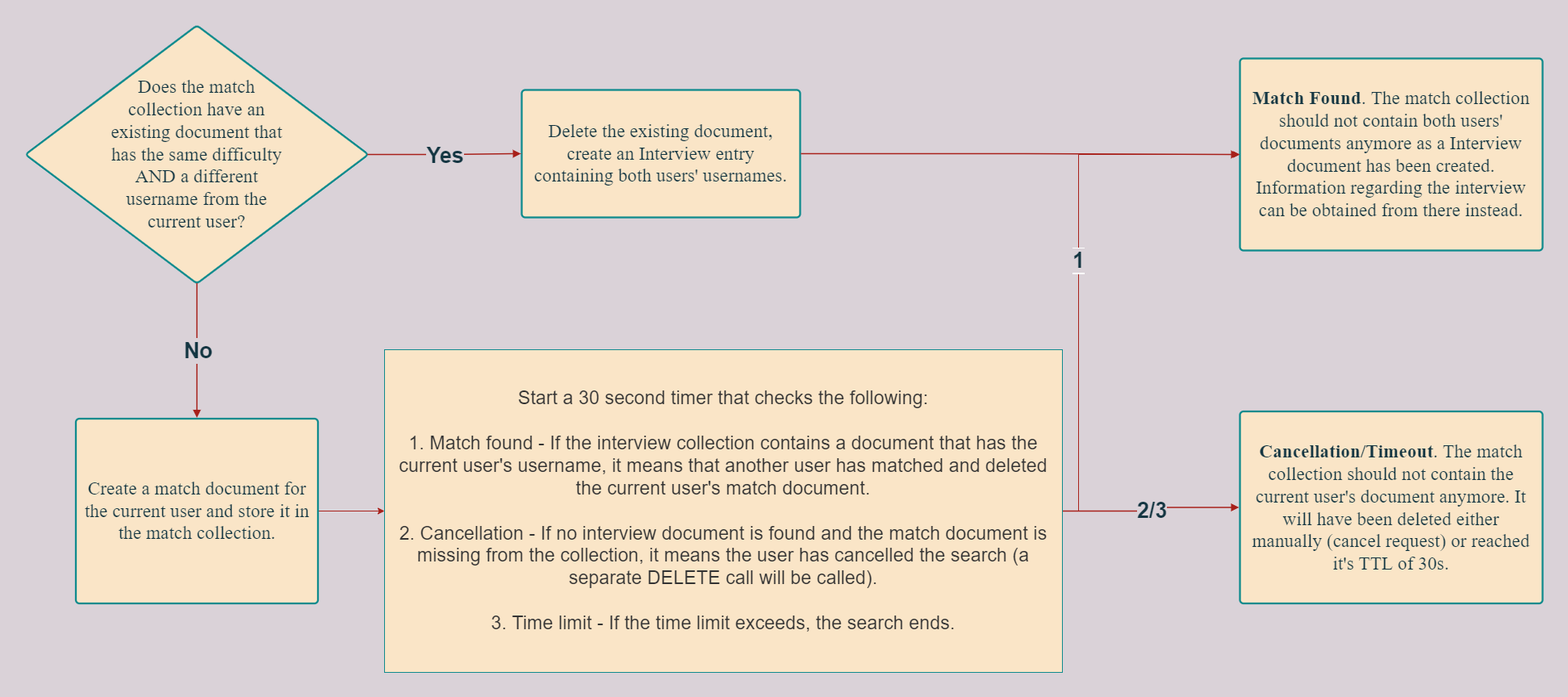
The draw.io diagram matching-service/matching-service-flowchart.drawio.png in CS3219-AY2223S1/cs3219-project-ay2223s1-g59, before a commit. Source tidied: cells renumbered, new cells last; positions are measured from the earlier drawing's top-left corner, leaving out a move shared by most shapes.
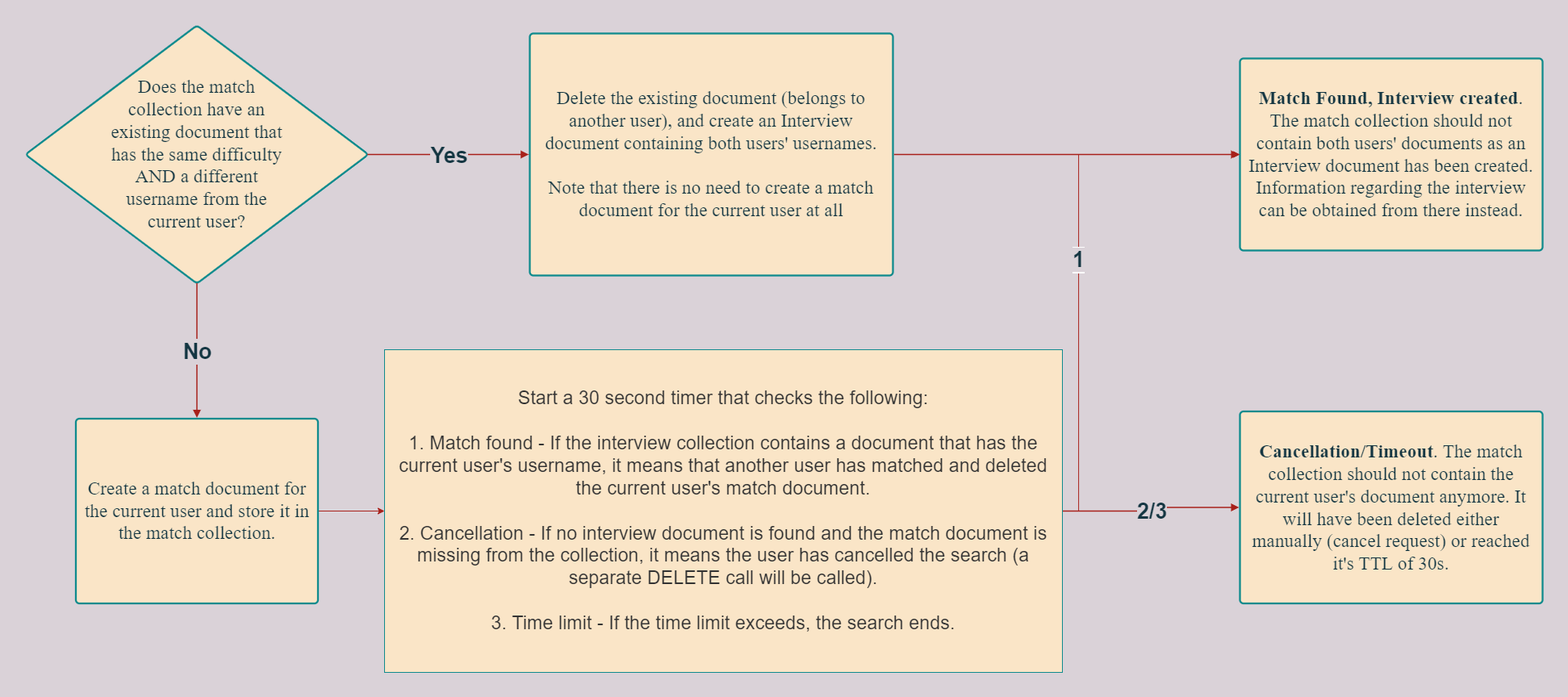
After the change.

Commit message:
Update flowchart for more clarity

Diff of the diagram source:
```diff
@@ -5,8 +5,8 @@
     <mxCell id="2" value="Does the match collection have an existing document that has the same difficulty AND a different username from the current user?" style="html=1;overflow=block;blockSpacing=1;rhombus;fontSize=23.3;fontFamily=Liberation Serif;fontColor=#143642;spacing=3.8;strokeColor=#0F8B8D;strokeOpacity=100;rounded=1;absoluteArcSize=1;arcSize=9;strokeWidth=2.3;fillColor=#FAE5C7;whiteSpace=wrap;spacingLeft=100;spacingRight=100;spacingTop=50;spacingBottom=50;" parent="1" vertex="1">
       <mxGeometry width="425" height="320" as="geometry" />
     </mxCell>
-    <mxCell id="3" value="Delete the existing document, create an Interview entry containing both users' usernames." style="html=1;overflow=block;blockSpacing=1;whiteSpace=wrap;fontSize=23.3;fontFamily=Liberation Serif;fontColor=#143642;spacing=9;strokeColor=#0F8B8D;strokeOpacity=100;rounded=1;absoluteArcSize=1;arcSize=9;strokeWidth=2.3;fillColor=#FAE5C7;" parent="1" vertex="1">
-      <mxGeometry x="615" y="80" width="345" height="158" as="geometry" />
+    <mxCell id="3" value="Delete the existing document (belongs to another user), and create an Interview document containing both users' usernames.&lt;br&gt;&lt;br&gt;Note that there is no need to create a match document for the current user at all" style="html=1;overflow=block;blockSpacing=1;whiteSpace=wrap;fontSize=23.3;fontFamily=Liberation Serif;fontColor=#143642;spacing=9;strokeColor=#0F8B8D;strokeOpacity=100;rounded=1;absoluteArcSize=1;arcSize=9;strokeWidth=2.3;fillColor=#FAE5C7;" parent="1" vertex="1">
+      <mxGeometry x="625" y="10" width="450" height="300" as="geometry" />
     </mxCell>
     <mxCell id="4" style="html=1;jettySize=18;whiteSpace=wrap;fontSize=26.7;fontFamily=Liberation Serif;fontColor=#143642;fontStyle=1;strokeColor=#A8201A;strokeWidth=1.5;rounded=1;arcSize=12;edgeStyle=orthogonalEdgeStyle;startArrow=none;endArrow=block;endFill=1;exitX=0.997;exitY=0.5;exitPerimeter=0;entryX=-0.003;entryY=0.5;entryPerimeter=0;labelBackgroundColor=#DAD2D8;" parent="1" edge="1" source="2" target="3">
       <mxGeometry relative="1" as="geometry" />
@@ -26,7 +26,7 @@
     <mxCell id="9" value="No" style="text;html=1;labelBackgroundColor=#DAD2D8;align=center;verticalAlign=middle;fontStyle=1;fontColor=#143642;fontSize=26.7;" parent="8" vertex="1">
       <mxGeometry relative="1" as="geometry" />
     </mxCell>
-    <mxCell id="10" value="&lt;b&gt;Match Found&lt;/b&gt;. The match collection should not contain both users' documents anymore as a Interview document has been created. Information regarding the interview can be obtained from there instead." style="html=1;overflow=block;blockSpacing=1;whiteSpace=wrap;fontSize=23.3;fontFamily=Liberation Serif;fontColor=#143642;spacing=9;strokeColor=#0F8B8D;strokeOpacity=100;rounded=1;absoluteArcSize=1;arcSize=9;strokeWidth=2.3;fillColor=#FAE5C7;" parent="1" vertex="1">
+    <mxCell id="10" value="&lt;b&gt;Match Found, Interview created&lt;/b&gt;. The match collection should not contain both users' documents as an Interview document has been created. Information regarding the interview can be obtained from there instead." style="html=1;overflow=block;blockSpacing=1;whiteSpace=wrap;fontSize=23.3;fontFamily=Liberation Serif;fontColor=#143642;spacing=9;strokeColor=#0F8B8D;strokeOpacity=100;rounded=1;absoluteArcSize=1;arcSize=9;strokeWidth=2.3;fillColor=#FAE5C7;" parent="1" vertex="1">
       <mxGeometry x="1505" y="41" width="375" height="238" as="geometry" />
     </mxCell>
     <mxCell id="11" value="&lt;b&gt;Cancellation/Timeout&lt;/b&gt;. The match collection should not contain the current user's document anymore. It will have been deleted either manually (cancel request) or reached it's TTL of 30s." style="html=1;overflow=block;blockSpacing=1;whiteSpace=wrap;fontSize=23.3;fontFamily=Liberation Serif;fontColor=#143642;spacing=9;strokeColor=#0F8B8D;strokeOpacity=100;rounded=1;absoluteArcSize=1;arcSize=9;strokeWidth=2.3;fillColor=#FAE5C7;" parent="1" vertex="1">
```
